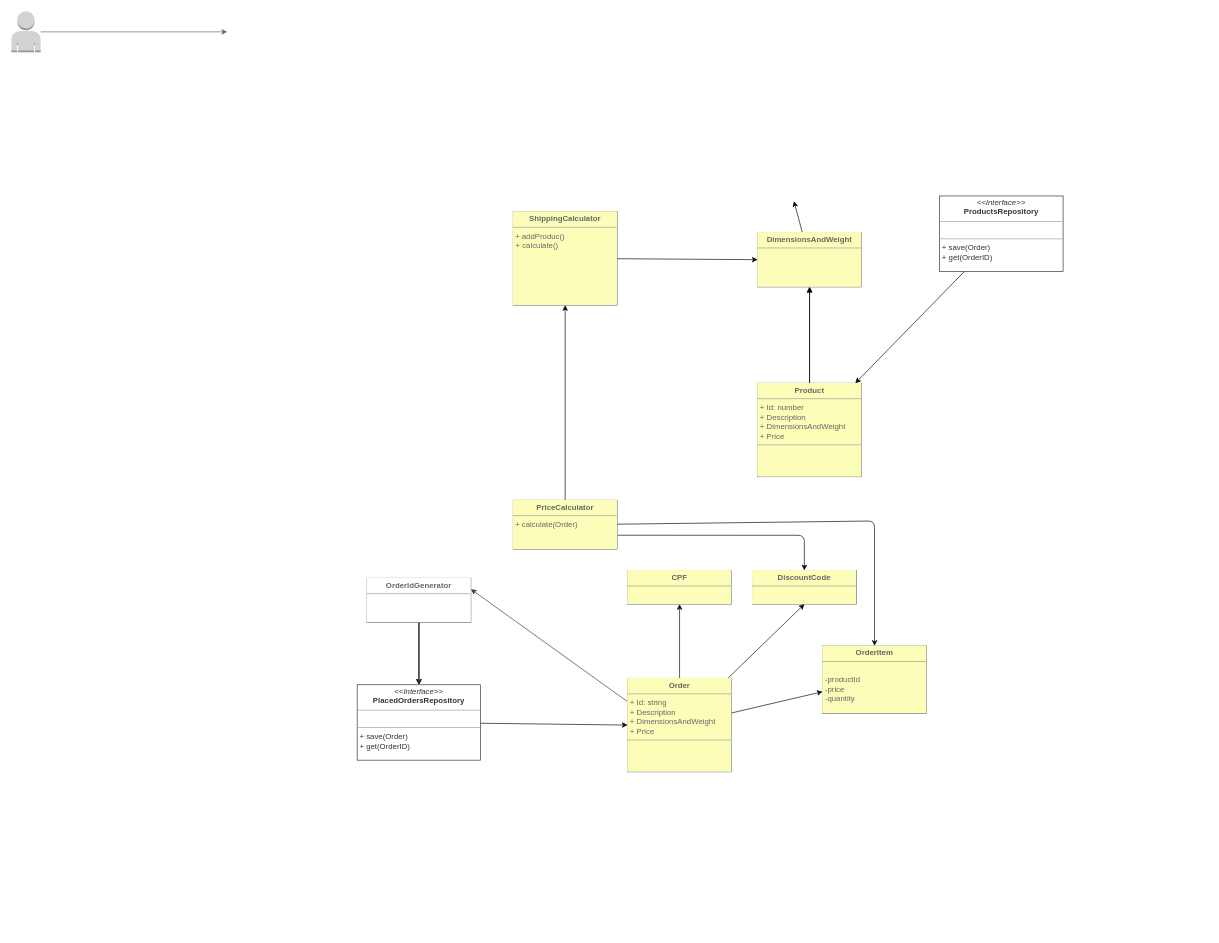
Earlier version of the draw.io diagram project/design/ecommerceDesignV2.drawio (momeyer/CleanCodeAndCleanArchitecture). Source tidied: cells renumbered, new cells numbered last; positions are measured from the earlier drawing's top-left corner, leaving out a move shared by most shapes. Both pictures are drawn from the tidied source at 65%, with x=0, y=0 at pixel (11, 11).
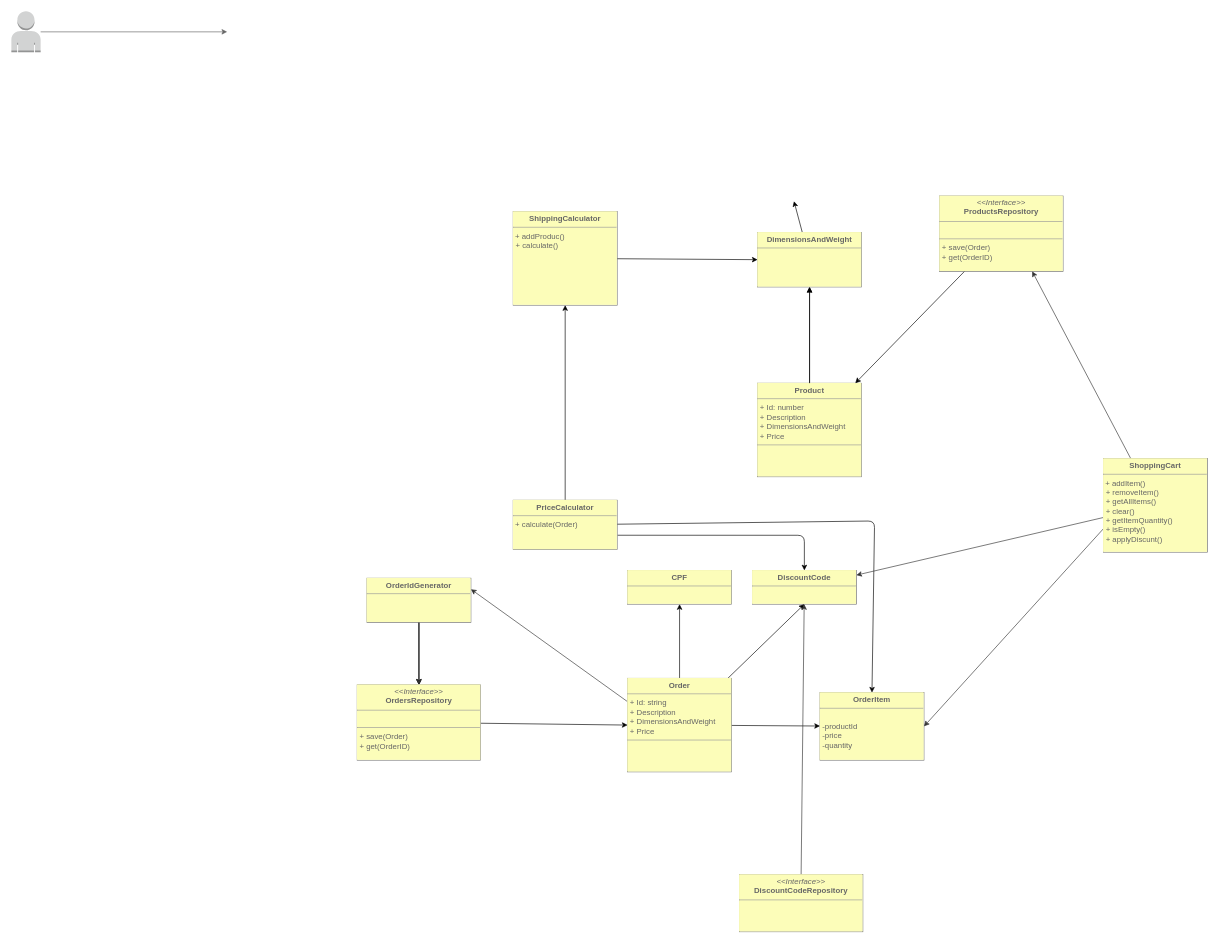
Above is the later version.

Unchanged cells that the change refers to:
```xml
<mxCell id="11" value="&lt;p style=&quot;margin: 0px ; margin-top: 4px ; text-align: center&quot;&gt;&lt;b&gt;DiscountCode&lt;/b&gt;&lt;/p&gt;&lt;hr size=&quot;1&quot;&gt;&lt;p style=&quot;margin: 0px ; margin-left: 4px&quot;&gt;&lt;/p&gt;" style="verticalAlign=top;align=left;overflow=fill;fontSize=12;fontFamily=Helvetica;html=1;labelBackgroundColor=#fcfdb9;fontColor=#666666;strokeColor=#666666;strokeWidth=1;fillColor=none;" parent="1" vertex="1">
  <mxGeometry x="1140" y="860" width="160" height="52" as="geometry" />
</mxCell>
```

The edit, as a diff of the source:
```diff
@@
     <mxCell id="10" value="&lt;p style=&quot;margin: 0px ; margin-top: 4px ; text-align: center&quot;&gt;&lt;b&gt;OrderItem&lt;/b&gt;&lt;/p&gt;&lt;hr size=&quot;1&quot;&gt;&lt;p style=&quot;margin: 0px ; margin-left: 4px&quot;&gt;&lt;/p&gt;&lt;br&gt;&lt;p style=&quot;margin: 0px ; margin-left: 4px&quot;&gt;-productId&lt;/p&gt;&lt;p style=&quot;margin: 0px ; margin-left: 4px&quot;&gt;-price&lt;/p&gt;&lt;p style=&quot;margin: 0px ; margin-left: 4px&quot;&gt;-quantity&lt;/p&gt;" style="verticalAlign=top;align=left;overflow=fill;fontSize=12;fontFamily=Helvetica;html=1;labelBackgroundColor=#fcfdb9;fontColor=#666666;strokeColor=#666666;strokeWidth=1;fillColor=none;" parent="1" vertex="1">
-      <mxGeometry x="1248" y="976" width="160" height="104" as="geometry" />
+      <mxGeometry x="1244" y="1048" width="160" height="104" as="geometry" />
     </mxCell>
@@
-    <mxCell id="20" value="&lt;p style=&quot;margin: 0px ; margin-top: 4px ; text-align: center&quot;&gt;&lt;b&gt;OrderIdGenerator&lt;/b&gt;&lt;/p&gt;&lt;hr size=&quot;1&quot;&gt;&lt;p style=&quot;margin: 0px ; margin-left: 4px&quot;&gt;&lt;/p&gt;&lt;br&gt;&lt;p style=&quot;margin: 0px ; margin-left: 4px&quot;&gt;&lt;br&gt;&lt;/p&gt;" style="verticalAlign=top;align=left;overflow=fill;fontSize=12;fontFamily=Helvetica;html=1;labelBackgroundColor=#FFFFFF;fontColor=#666666;strokeColor=#666666;strokeWidth=1;fillColor=none;" parent="1" vertex="1">
+    <mxCell id="20" value="&lt;p style=&quot;margin: 0px ; margin-top: 4px ; text-align: center&quot;&gt;&lt;b&gt;OrderIdGenerator&lt;/b&gt;&lt;/p&gt;&lt;hr size=&quot;1&quot;&gt;&lt;p style=&quot;margin: 0px ; margin-left: 4px&quot;&gt;&lt;/p&gt;&lt;br&gt;&lt;p style=&quot;margin: 0px ; margin-left: 4px&quot;&gt;&lt;br&gt;&lt;/p&gt;" style="verticalAlign=top;align=left;overflow=fill;fontSize=12;fontFamily=Helvetica;html=1;labelBackgroundColor=#fcfdb9;fontColor=#666666;strokeColor=#666666;strokeWidth=1;fillColor=none;rounded=0;sketch=0;shadow=0;" parent="1" vertex="1">
       <mxGeometry x="547" y="872" width="160" height="68" as="geometry" />
     </mxCell>
@@
-    <mxCell id="22" value="&lt;p style=&quot;margin: 0px ; margin-top: 4px ; text-align: center&quot;&gt;&lt;i&gt;&amp;lt;&amp;lt;Interface&amp;gt;&amp;gt;&lt;/i&gt;&lt;br&gt;&lt;b&gt;PlacedOrdersRepository&lt;/b&gt;&lt;/p&gt;&lt;hr size=&quot;1&quot;&gt;&lt;p style=&quot;margin: 0px ; margin-left: 4px&quot;&gt;&lt;br&gt;&lt;/p&gt;&lt;hr size=&quot;1&quot;&gt;&lt;p style=&quot;margin: 0px ; margin-left: 4px&quot;&gt;+ save(Order)&lt;/p&gt;&lt;p style=&quot;margin: 0px ; margin-left: 4px&quot;&gt;+ get(OrderID)&lt;/p&gt;" style="verticalAlign=top;align=left;overflow=fill;fontSize=12;fontFamily=Helvetica;html=1;fillColor=#FFFFFF;strokeColor=#2A2A2A;fontColor=#333333;" parent="1" vertex="1">
+    <mxCell id="22" value="&lt;p style=&quot;margin: 0px ; margin-top: 4px ; text-align: center&quot;&gt;&lt;i&gt;&amp;lt;&amp;lt;Interface&amp;gt;&amp;gt;&lt;/i&gt;&lt;br&gt;&lt;b&gt;OrdersR&lt;/b&gt;&lt;b&gt;epository&lt;/b&gt;&lt;/p&gt;&lt;hr size=&quot;1&quot;&gt;&lt;p style=&quot;margin: 0px ; margin-left: 4px&quot;&gt;&lt;br&gt;&lt;/p&gt;&lt;hr size=&quot;1&quot;&gt;&lt;p style=&quot;margin: 0px ; margin-left: 4px&quot;&gt;+ save(Order)&lt;/p&gt;&lt;p style=&quot;margin: 0px ; margin-left: 4px&quot;&gt;+ get(OrderID)&lt;/p&gt;" style="verticalAlign=top;align=left;overflow=fill;fontSize=12;fontFamily=Helvetica;html=1;fillColor=none;strokeColor=#666666;fontColor=#666666;labelBackgroundColor=#fcfdb9;strokeWidth=1;rounded=0;sketch=0;shadow=0;" parent="1" vertex="1">
       <mxGeometry x="532" y="1036" width="190" height="116" as="geometry" />
     </mxCell>
@@
-    <mxCell id="30" value="&lt;p style=&quot;margin: 0px ; margin-top: 4px ; text-align: center&quot;&gt;&lt;i&gt;&amp;lt;&amp;lt;Interface&amp;gt;&amp;gt;&lt;/i&gt;&lt;br&gt;&lt;b&gt;ProductsRepository&lt;/b&gt;&lt;/p&gt;&lt;hr size=&quot;1&quot;&gt;&lt;p style=&quot;margin: 0px ; margin-left: 4px&quot;&gt;&lt;br&gt;&lt;/p&gt;&lt;hr size=&quot;1&quot;&gt;&lt;p style=&quot;margin: 0px ; margin-left: 4px&quot;&gt;+ save(Order)&lt;/p&gt;&lt;p style=&quot;margin: 0px ; margin-left: 4px&quot;&gt;+ get(OrderID)&lt;/p&gt;" style="verticalAlign=top;align=left;overflow=fill;fontSize=12;fontFamily=Helvetica;html=1;fillColor=#FFFFFF;strokeColor=#2A2A2A;fontColor=#333333;" parent="1" vertex="1">
+    <mxCell id="30" value="&lt;p style=&quot;margin: 0px ; margin-top: 4px ; text-align: center&quot;&gt;&lt;i&gt;&amp;lt;&amp;lt;Interface&amp;gt;&amp;gt;&lt;/i&gt;&lt;br&gt;&lt;b&gt;ProductsRepository&lt;/b&gt;&lt;/p&gt;&lt;hr size=&quot;1&quot;&gt;&lt;p style=&quot;margin: 0px ; margin-left: 4px&quot;&gt;&lt;br&gt;&lt;/p&gt;&lt;hr size=&quot;1&quot;&gt;&lt;p style=&quot;margin: 0px ; margin-left: 4px&quot;&gt;+ save(Order)&lt;/p&gt;&lt;p style=&quot;margin: 0px ; margin-left: 4px&quot;&gt;+ get(OrderID)&lt;/p&gt;" style="verticalAlign=top;align=left;overflow=fill;fontSize=12;fontFamily=Helvetica;html=1;fillColor=none;strokeColor=#666666;fontColor=#666666;labelBackgroundColor=#fcfdb9;strokeWidth=1;rounded=0;sketch=0;shadow=0;" parent="1" vertex="1">
       <mxGeometry x="1428" y="284" width="190" height="116" as="geometry" />
     </mxCell>
+    <mxCell id="31" style="edgeStyle=none;html=1;exitX=0;exitY=0.75;exitDx=0;exitDy=0;entryX=1;entryY=0.5;entryDx=0;entryDy=0;strokeColor=#333333;" parent="1" edge="1" source="34" target="10">
+      <mxGeometry relative="1" as="geometry" />
+    </mxCell>
+    <mxCell id="32" style="edgeStyle=none;html=1;entryX=0.75;entryY=1;entryDx=0;entryDy=0;strokeColor=#333333;" parent="1" edge="1" source="34" target="30">
+      <mxGeometry relative="1" as="geometry" />
+    </mxCell>
+    <mxCell id="33" style="edgeStyle=none;html=1;strokeColor=#333333;" parent="1" edge="1" source="34" target="11">
+      <mxGeometry relative="1" as="geometry" />
+    </mxCell>
+    <mxCell id="34" value="&lt;p style=&quot;margin: 0px ; margin-top: 4px ; text-align: center&quot;&gt;&lt;b&gt;ShoppingCart&lt;/b&gt;&lt;/p&gt;&lt;hr size=&quot;1&quot;&gt;&lt;p style=&quot;margin: 0px ; margin-left: 4px&quot;&gt;&lt;/p&gt;&amp;nbsp;+ addItem()&lt;br&gt;&lt;p style=&quot;margin: 0px ; margin-left: 4px&quot;&gt;+ removeItem()&lt;/p&gt;&lt;p style=&quot;margin: 0px ; margin-left: 4px&quot;&gt;+ getAllItems()&lt;/p&gt;&lt;p style=&quot;margin: 0px ; margin-left: 4px&quot;&gt;+ clear()&lt;/p&gt;&lt;p style=&quot;margin: 0px ; margin-left: 4px&quot;&gt;+ getItemQuantity()&lt;/p&gt;&lt;p style=&quot;margin: 0px ; margin-left: 4px&quot;&gt;+ isEmpty()&lt;/p&gt;&lt;p style=&quot;margin: 0px ; margin-left: 4px&quot;&gt;+ applyDiscunt()&lt;/p&gt;" style="verticalAlign=top;align=left;overflow=fill;fontSize=12;fontFamily=Helvetica;html=1;labelBackgroundColor=#fcfdb9;fontColor=#666666;strokeColor=#666666;strokeWidth=1;fillColor=none;" parent="1" vertex="1">
+      <mxGeometry x="1680" y="688" width="160" height="144" as="geometry" />
+    </mxCell>
+    <mxCell id="35" style="edgeStyle=none;html=1;exitX=0.5;exitY=0;exitDx=0;exitDy=0;strokeColor=#333333;" parent="1" edge="1" source="36" target="11">
+      <mxGeometry relative="1" as="geometry" />
+    </mxCell>
+    <mxCell id="36" value="&lt;p style=&quot;margin: 0px ; margin-top: 4px ; text-align: center&quot;&gt;&lt;i&gt;&amp;lt;&amp;lt;Interface&amp;gt;&amp;gt;&lt;/i&gt;&lt;br&gt;&lt;b&gt;DiscountCodeR&lt;/b&gt;&lt;b&gt;epository&lt;/b&gt;&lt;/p&gt;&lt;hr size=&quot;1&quot;&gt;&lt;p style=&quot;margin: 0px ; margin-left: 4px&quot;&gt;&lt;br&gt;&lt;/p&gt;" style="verticalAlign=top;align=left;overflow=fill;fontSize=12;fontFamily=Helvetica;html=1;fillColor=none;strokeColor=#666666;fontColor=#666666;labelBackgroundColor=#fcfdb9;strokeWidth=1;rounded=0;sketch=0;shadow=0;" parent="1" vertex="1">
+      <mxGeometry x="1120" y="1328" width="190" height="88" as="geometry" />
+    </mxCell>
```
